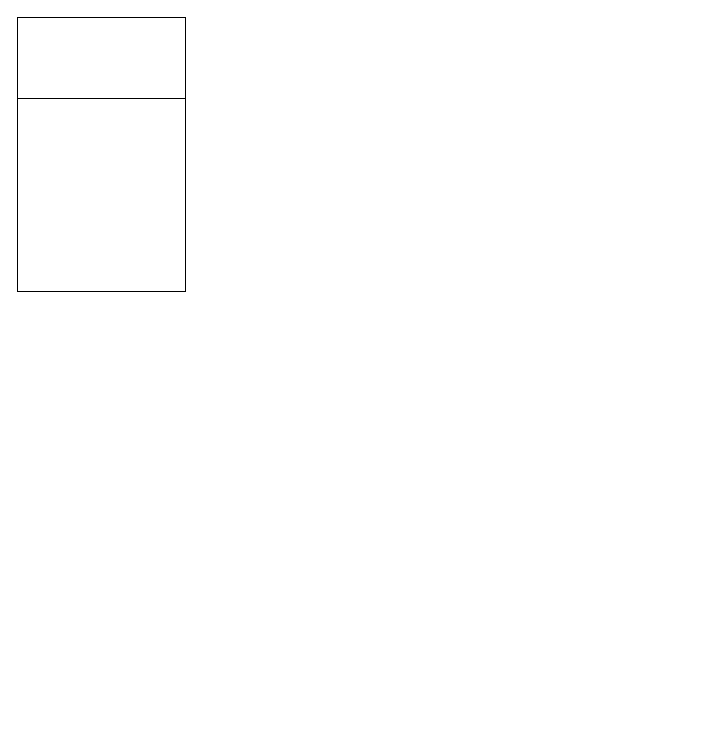
The draw.io diagram page "Trang-2" (2 of 2) of DuAn3.drawio in PhamThom129D/DeThiMau, before the edit. Source tidied: cells renumbered, new cells numbered last; positions are measured from the earlier drawing's top-left corner, leaving out a move shared by most shapes. Both pictures are drawn from the tidied source at 100%, with x=0, y=0 at pixel (17, 17).
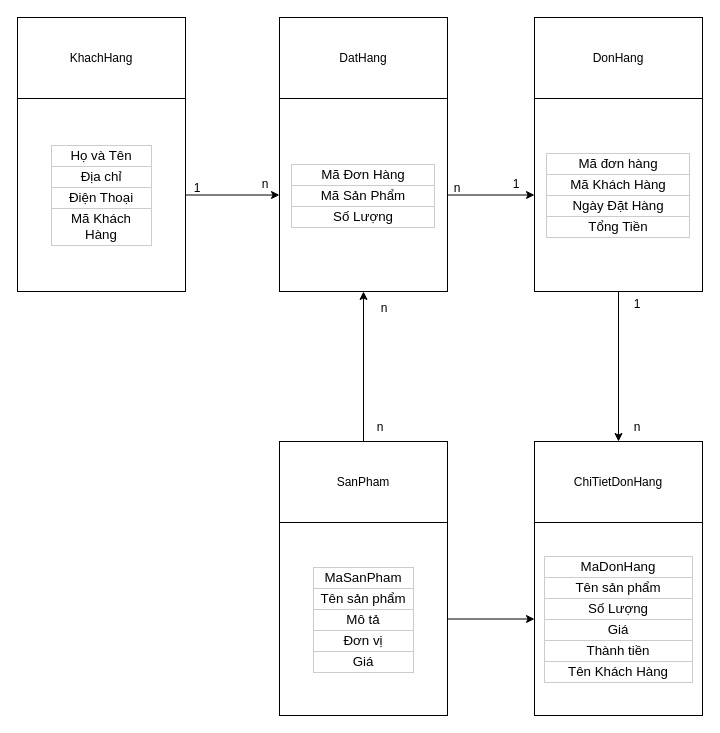
The same diagram, later.

Commit message:
Cập nhật DuAn3.drawio

The change refers to these unchanged cells:
```xml
<mxCell id="2" style="group;" parent="1" vertex="1">
  <mxGeometry width="168" height="274" as="geometry" />
</mxCell>
```

Diff of the diagram source:
```diff
@@
-    <mxCell id="3" style="rounded=0;whiteSpace=wrap;html=1;" parent="2" vertex="1">
+    <mxCell id="3" value="KhachHang" style="rounded=0;whiteSpace=wrap;html=1;" parent="2" vertex="1">
       <mxGeometry width="168" height="81" as="geometry" />
     </mxCell>
-    <mxCell id="4" style="rounded=0;whiteSpace=wrap;html=1;" parent="2" vertex="1">
+    <mxCell id="4" value="&lt;table style=&quot;table-layout: fixed; font-size: 10pt; font-family: Arial; width: 0px; border-collapse: collapse; border: none;&quot; border=&quot;1&quot; dir=&quot;ltr&quot; cellpadding=&quot;0&quot; cellspacing=&quot;0&quot; xmlns=&quot;http://www.w3.org/1999/xhtml&quot;&gt;&lt;colgroup&gt;&lt;col width=&quot;100&quot;&gt;&lt;/colgroup&gt;&lt;tbody&gt;&lt;tr style=&quot;height: 21px;&quot;&gt;&lt;td style=&quot;border: 1px solid rgb(204, 204, 204); overflow: hidden; padding: 2px 3px; vertical-align: bottom;&quot;&gt;Họ và Tên&lt;/td&gt;&lt;/tr&gt;&lt;tr style=&quot;height: 21px;&quot;&gt;&lt;td style=&quot;border: 1px solid rgb(204, 204, 204); overflow: hidden; padding: 2px 3px; vertical-align: bottom;&quot;&gt;Địa chỉ&lt;/td&gt;&lt;/tr&gt;&lt;tr style=&quot;height: 21px;&quot;&gt;&lt;td style=&quot;border: 1px solid rgb(204, 204, 204); overflow: hidden; padding: 2px 3px; vertical-align: bottom;&quot;&gt;Điện Thoại&lt;/td&gt;&lt;/tr&gt;&lt;tr style=&quot;height: 21px;&quot;&gt;&lt;td style=&quot;border: 1px solid rgb(204, 204, 204); overflow: hidden; padding: 2px 3px; vertical-align: bottom;&quot;&gt;Mã Khách Hàng&lt;/td&gt;&lt;/tr&gt;&lt;/tbody&gt;&lt;/table&gt;" style="rounded=0;whiteSpace=wrap;html=1;" parent="2" vertex="1">
       <mxGeometry y="81" width="168" height="193" as="geometry" />
     </mxCell>
+    <mxCell id="5" style="group;" parent="1" vertex="1">
+      <mxGeometry x="262" width="168" height="274" as="geometry" />
+    </mxCell>
+    <mxCell id="6" value="DatHang" style="rounded=0;whiteSpace=wrap;html=1;" parent="5" vertex="1">
+      <mxGeometry width="168" height="81" as="geometry" />
+    </mxCell>
+    <mxCell id="7" value="&lt;table style=&quot;table-layout: fixed; font-size: 10pt; font-family: Arial; width: 0px; border-collapse: collapse; border: none;&quot; border=&quot;1&quot; dir=&quot;ltr&quot; cellpadding=&quot;0&quot; cellspacing=&quot;0&quot; xmlns=&quot;http://www.w3.org/1999/xhtml&quot;&gt;&lt;colgroup&gt;&lt;col width=&quot;143&quot;&gt;&lt;/colgroup&gt;&lt;tbody&gt;&lt;tr style=&quot;height: 21px;&quot;&gt;&lt;td style=&quot;border: 1px solid rgb(204, 204, 204); overflow: hidden; padding: 2px 3px; vertical-align: bottom;&quot;&gt;Mã Đơn Hàng&lt;/td&gt;&lt;/tr&gt;&lt;tr style=&quot;height: 21px;&quot;&gt;&lt;td style=&quot;border: 1px solid rgb(204, 204, 204); overflow: hidden; padding: 2px 3px; vertical-align: bottom;&quot;&gt;Mã Sản Phẩm&lt;/td&gt;&lt;/tr&gt;&lt;tr style=&quot;height: 21px;&quot;&gt;&lt;td style=&quot;border: 1px solid rgb(204, 204, 204); overflow: hidden; padding: 2px 3px; vertical-align: bottom;&quot;&gt;Số Lượng&lt;/td&gt;&lt;/tr&gt;&lt;/tbody&gt;&lt;/table&gt;" style="rounded=0;whiteSpace=wrap;html=1;" parent="5" vertex="1">
+      <mxGeometry y="81" width="168" height="193" as="geometry" />
+    </mxCell>
+    <mxCell id="8" style="group;" parent="1" vertex="1">
+      <mxGeometry x="517" width="168" height="274" as="geometry" />
+    </mxCell>
+    <mxCell id="9" value="DonHang" style="rounded=0;whiteSpace=wrap;html=1;" parent="8" vertex="1">
+      <mxGeometry width="168" height="81" as="geometry" />
+    </mxCell>
+    <mxCell id="10" value="&lt;table style=&quot;table-layout: fixed; font-size: 10pt; font-family: Arial; width: 0px; border-collapse: collapse; border: none;&quot; border=&quot;1&quot; dir=&quot;ltr&quot; cellpadding=&quot;0&quot; cellspacing=&quot;0&quot; xmlns=&quot;http://www.w3.org/1999/xhtml&quot;&gt;&lt;colgroup&gt;&lt;col width=&quot;143&quot;&gt;&lt;/colgroup&gt;&lt;tbody&gt;&lt;tr style=&quot;height: 21px;&quot;&gt;&lt;td style=&quot;border: 1px solid rgb(204, 204, 204); overflow: hidden; padding: 2px 3px; vertical-align: bottom;&quot;&gt;Mã đơn hàng&lt;/td&gt;&lt;/tr&gt;&lt;tr style=&quot;height: 21px;&quot;&gt;&lt;td style=&quot;border: 1px solid rgb(204, 204, 204); overflow: hidden; padding: 2px 3px; vertical-align: bottom;&quot;&gt;Mã Khách Hàng&lt;/td&gt;&lt;/tr&gt;&lt;tr style=&quot;height: 21px;&quot;&gt;&lt;td style=&quot;border: 1px solid rgb(204, 204, 204); overflow: hidden; padding: 2px 3px; vertical-align: bottom;&quot;&gt;Ngày Đặt Hàng&lt;/td&gt;&lt;/tr&gt;&lt;tr style=&quot;height: 21px;&quot;&gt;&lt;td style=&quot;border: 1px solid rgb(204, 204, 204); overflow: hidden; padding: 2px 3px; vertical-align: bottom;&quot;&gt;Tổng Tiền&lt;/td&gt;&lt;/tr&gt;&lt;/tbody&gt;&lt;/table&gt;" style="rounded=0;whiteSpace=wrap;html=1;" parent="8" vertex="1">
+      <mxGeometry y="81" width="168" height="193" as="geometry" />
+    </mxCell>
+    <mxCell id="11" style="group;" parent="1" vertex="1">
+      <mxGeometry x="262" y="424" width="168" height="274" as="geometry" />
+    </mxCell>
+    <mxCell id="12" value="SanPham" style="rounded=0;whiteSpace=wrap;html=1;" parent="11" vertex="1">
+      <mxGeometry width="168" height="81" as="geometry" />
+    </mxCell>
+    <mxCell id="13" value="&lt;table style=&quot;table-layout: fixed; font-size: 10pt; font-family: Arial; width: 0px; border-collapse: collapse; border: none;&quot; border=&quot;1&quot; dir=&quot;ltr&quot; cellpadding=&quot;0&quot; cellspacing=&quot;0&quot; xmlns=&quot;http://www.w3.org/1999/xhtml&quot;&gt;&lt;colgroup&gt;&lt;col width=&quot;100&quot;&gt;&lt;/colgroup&gt;&lt;tbody&gt;&lt;tr style=&quot;height: 21px;&quot;&gt;&lt;td style=&quot;border: 1px solid rgb(204, 204, 204); overflow: hidden; padding: 2px 3px; vertical-align: bottom;&quot;&gt;MaSanPham&lt;/td&gt;&lt;/tr&gt;&lt;tr style=&quot;height: 21px;&quot;&gt;&lt;td style=&quot;border: 1px solid rgb(204, 204, 204); overflow: hidden; padding: 2px 3px; vertical-align: bottom;&quot;&gt;Tên sản phẩm&lt;/td&gt;&lt;/tr&gt;&lt;tr style=&quot;height: 21px;&quot;&gt;&lt;td style=&quot;border: 1px solid rgb(204, 204, 204); overflow: hidden; padding: 2px 3px; vertical-align: bottom;&quot;&gt;Mô tả&lt;/td&gt;&lt;/tr&gt;&lt;tr style=&quot;height: 21px;&quot;&gt;&lt;td style=&quot;border: 1px solid rgb(204, 204, 204); overflow: hidden; padding: 2px 3px; vertical-align: bottom;&quot;&gt;Đơn vị&lt;/td&gt;&lt;/tr&gt;&lt;tr style=&quot;height: 21px;&quot;&gt;&lt;td style=&quot;border: 1px solid rgb(204, 204, 204); overflow: hidden; padding: 2px 3px; vertical-align: bottom;&quot;&gt;Giá&lt;/td&gt;&lt;/tr&gt;&lt;/tbody&gt;&lt;/table&gt;" style="rounded=0;whiteSpace=wrap;html=1;" parent="11" vertex="1">
+      <mxGeometry y="81" width="168" height="193" as="geometry" />
+    </mxCell>
+    <mxCell id="14" style="group;" parent="1" vertex="1">
+      <mxGeometry x="517" y="424" width="168" height="274" as="geometry" />
+    </mxCell>
+    <mxCell id="15" value="ChiTietDonHang" style="rounded=0;whiteSpace=wrap;html=1;" parent="14" vertex="1">
+      <mxGeometry width="168" height="81" as="geometry" />
+    </mxCell>
+    <mxCell id="16" value="&lt;table style=&quot;table-layout: fixed; font-size: 10pt; font-family: Arial; width: 0px; border-collapse: collapse; border: none;&quot; border=&quot;1&quot; dir=&quot;ltr&quot; cellpadding=&quot;0&quot; cellspacing=&quot;0&quot; xmlns=&quot;http://www.w3.org/1999/xhtml&quot;&gt;&lt;colgroup&gt;&lt;col width=&quot;148&quot;&gt;&lt;/colgroup&gt;&lt;tbody&gt;&lt;tr style=&quot;height: 21px;&quot;&gt;&lt;td style=&quot;border: 1px solid rgb(204, 204, 204); overflow: hidden; padding: 2px 3px; vertical-align: bottom;&quot;&gt;MaDonHang&lt;/td&gt;&lt;/tr&gt;&lt;tr style=&quot;height: 21px;&quot;&gt;&lt;td style=&quot;border: 1px solid rgb(204, 204, 204); overflow: hidden; padding: 2px 3px; vertical-align: bottom;&quot;&gt;Tên sản phẩm&lt;/td&gt;&lt;/tr&gt;&lt;tr style=&quot;height: 21px;&quot;&gt;&lt;td style=&quot;border: 1px solid rgb(204, 204, 204); overflow: hidden; padding: 2px 3px; vertical-align: bottom;&quot;&gt;Số Lượng&lt;/td&gt;&lt;/tr&gt;&lt;tr style=&quot;height: 21px;&quot;&gt;&lt;td style=&quot;border: 1px solid rgb(204, 204, 204); overflow: hidden; padding: 2px 3px; vertical-align: bottom;&quot;&gt;Giá&lt;/td&gt;&lt;/tr&gt;&lt;tr style=&quot;height: 21px;&quot;&gt;&lt;td style=&quot;border: 1px solid rgb(204, 204, 204); overflow: hidden; padding: 2px 3px; vertical-align: bottom;&quot;&gt;Thành tiền&lt;/td&gt;&lt;/tr&gt;&lt;tr style=&quot;height: 21px;&quot;&gt;&lt;td style=&quot;border: 1px solid rgb(204, 204, 204); overflow: hidden; padding: 2px 3px; vertical-align: bottom;&quot;&gt;Tên Khách Hàng&lt;/td&gt;&lt;/tr&gt;&lt;/tbody&gt;&lt;/table&gt;" style="rounded=0;whiteSpace=wrap;html=1;" parent="14" vertex="1">
+      <mxGeometry y="81" width="168" height="193" as="geometry" />
+    </mxCell>
+    <mxCell id="17" style="edgeStyle=orthogonalEdgeStyle;rounded=0;jettySize=auto;html=1;" parent="1" edge="1" source="4" target="7">
+      <mxGeometry relative="1" as="geometry" />
+    </mxCell>
+    <mxCell id="18" style="edgeStyle=orthogonalEdgeStyle;rounded=0;jettySize=auto;html=1;" parent="1" edge="1" source="7" target="10">
+      <mxGeometry relative="1" as="geometry" />
+    </mxCell>
+    <mxCell id="19" style="edgeStyle=orthogonalEdgeStyle;rounded=0;jettySize=auto;html=1;" parent="1" edge="1" source="12" target="7">
+      <mxGeometry relative="1" as="geometry" />
+    </mxCell>
+    <mxCell id="20" style="edgeStyle=orthogonalEdgeStyle;rounded=0;jettySize=auto;html=1;" parent="1" edge="1" source="13" target="16">
+      <mxGeometry relative="1" as="geometry" />
+    </mxCell>
+    <mxCell id="21" style="edgeStyle=orthogonalEdgeStyle;rounded=0;jettySize=auto;html=1;" parent="1" edge="1" source="10" target="15">
+      <mxGeometry relative="1" as="geometry" />
+    </mxCell>
+    <mxCell id="22" value="1" style="text;html=1;align=center;verticalAlign=middle;whiteSpace=wrap;rounded=0;" parent="1" vertex="1">
+      <mxGeometry x="162" y="164" width="36" height="14" as="geometry" />
+    </mxCell>
+    <mxCell id="23" value="n" style="text;html=1;align=center;verticalAlign=middle;whiteSpace=wrap;rounded=0;" parent="1" vertex="1">
+      <mxGeometry x="230" y="160" width="36" height="14" as="geometry" />
+    </mxCell>
+    <mxCell id="24" value="1" style="text;html=1;align=center;verticalAlign=middle;whiteSpace=wrap;rounded=0;" parent="1" vertex="1">
+      <mxGeometry x="481" y="160" width="36" height="14" as="geometry" />
+    </mxCell>
+    <mxCell id="25" value="n" style="text;html=1;align=center;verticalAlign=middle;whiteSpace=wrap;rounded=0;" parent="1" vertex="1">
+      <mxGeometry x="422" y="164" width="36" height="14" as="geometry" />
+    </mxCell>
+    <mxCell id="26" value="1" style="text;html=1;align=center;verticalAlign=middle;whiteSpace=wrap;rounded=0;" parent="1" vertex="1">
+      <mxGeometry x="602" y="277" width="36" height="19" as="geometry" />
+    </mxCell>
+    <mxCell id="27" value="n" style="text;html=1;align=center;verticalAlign=middle;whiteSpace=wrap;rounded=0;" parent="1" vertex="1">
+      <mxGeometry x="602" y="403" width="36" height="14" as="geometry" />
+    </mxCell>
+    <mxCell id="28" value="n" style="text;html=1;align=center;verticalAlign=middle;whiteSpace=wrap;rounded=0;" parent="1" vertex="1">
+      <mxGeometry x="349" y="284" width="36" height="14" as="geometry" />
+    </mxCell>
+    <mxCell id="29" value="n" style="text;html=1;align=center;verticalAlign=middle;whiteSpace=wrap;rounded=0;" parent="1" vertex="1">
+      <mxGeometry x="345" y="403" width="36" height="14" as="geometry" />
+    </mxCell>
```
